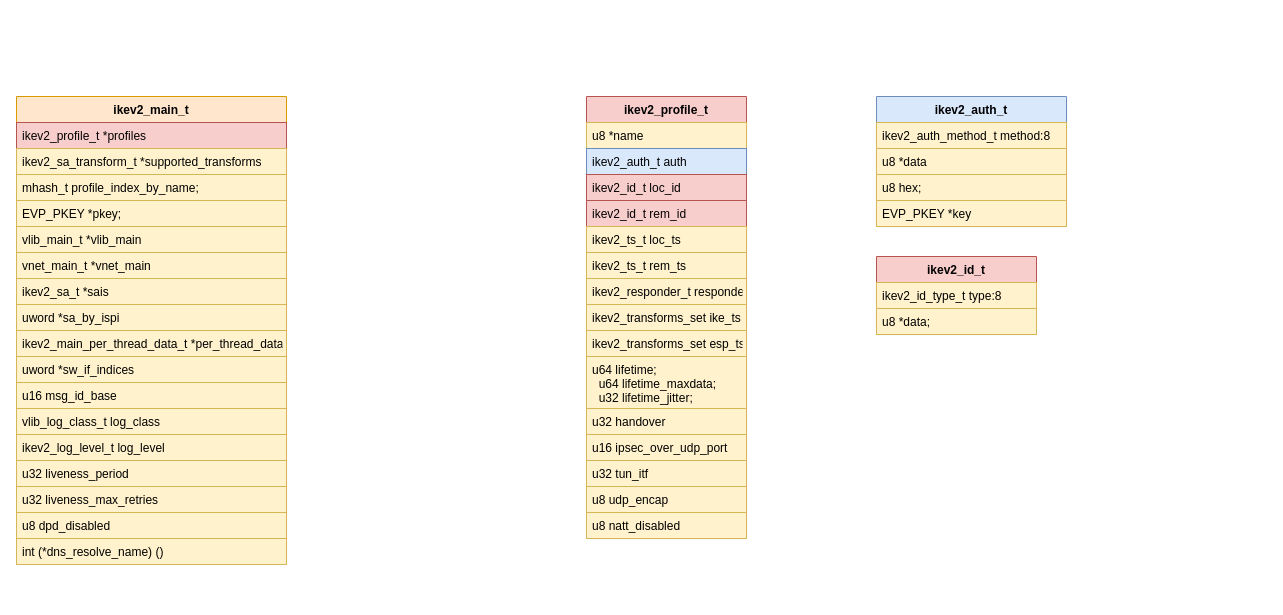
The draw.io diagram new_map/ipsec_ikev2.drawio in jin13417/dpdk-vpp-learning, before the edit. Source tidied: cells renumbered, new cells numbered last; positions are measured from the earlier drawing's top-left corner, leaving out a move shared by most shapes. Both pictures are drawn from the tidied source at 100%, with x=0, y=0 at pixel (16, 96).
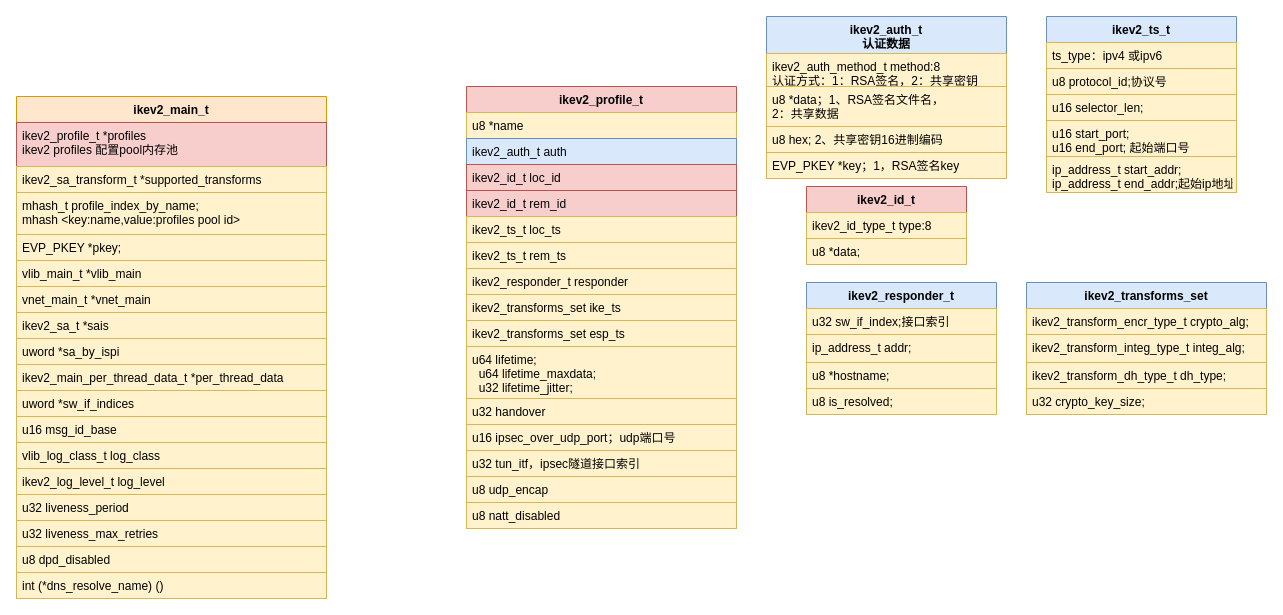
The same page after the edit.

Change to the diagram source:
```diff
@@
     <mxCell id="2" value="ikev2_main_t" style="swimlane;fontStyle=1;align=center;verticalAlign=top;horizontal=1;startSize=26;fillColor=#ffe6cc;strokeColor=#d79b00;" parent="1" vertex="1">
-      <mxGeometry width="270" height="468" as="geometry" />
+      <mxGeometry width="310" height="502" as="geometry" />
     </mxCell>
-    <mxCell id="3" value="ikev2_profile_t *profiles" style="text;strokeColor=#b85450;fillColor=#f8cecc;align=left;verticalAlign=top;spacingLeft=4;spacingRight=4;overflow=hidden;" parent="2" vertex="1">
-      <mxGeometry y="26" width="270" height="26" as="geometry" />
+    <mxCell id="3" value="ikev2_profile_t *profiles&#10;ikev2 profiles 配置pool内存池" style="text;strokeColor=#b85450;fillColor=#f8cecc;align=left;verticalAlign=top;spacingLeft=4;spacingRight=4;overflow=hidden;" parent="2" vertex="1">
+      <mxGeometry y="26" width="310" height="44" as="geometry" />
     </mxCell>
     <mxCell id="4" value="ikev2_sa_transform_t *supported_transforms" style="text;fillColor=#fff2cc;align=left;verticalAlign=top;spacingLeft=4;spacingRight=4;overflow=hidden;strokeColor=#d6b656;" parent="2" vertex="1">
-      <mxGeometry y="52" width="270" height="26" as="geometry" />
+      <mxGeometry y="70" width="310" height="26" as="geometry" />
     </mxCell>
-    <mxCell id="5" value="mhash_t profile_index_by_name;" style="text;fillColor=#fff2cc;align=left;verticalAlign=top;spacingLeft=4;spacingRight=4;overflow=hidden;strokeColor=#d6b656;" parent="2" vertex="1">
-      <mxGeometry y="78" width="270" height="26" as="geometry" />
+    <mxCell id="5" value="mhash_t profile_index_by_name;&#10;mhash &lt;key:name,value:profiles pool id&gt;" style="text;fillColor=#fff2cc;align=left;verticalAlign=top;spacingLeft=4;spacingRight=4;overflow=hidden;strokeColor=#d6b656;" parent="2" vertex="1">
+      <mxGeometry y="96" width="310" height="42" as="geometry" />
     </mxCell>
     <mxCell id="6" value="EVP_PKEY *pkey;" style="text;fillColor=#fff2cc;align=left;verticalAlign=top;spacingLeft=4;spacingRight=4;overflow=hidden;strokeColor=#d6b656;" parent="2" vertex="1">
-      <mxGeometry y="104" width="270" height="26" as="geometry" />
+      <mxGeometry y="138" width="310" height="26" as="geometry" />
     </mxCell>
     <mxCell id="7" value="vlib_main_t *vlib_main" style="text;fillColor=#fff2cc;align=left;verticalAlign=top;spacingLeft=4;spacingRight=4;overflow=hidden;strokeColor=#d6b656;" parent="2" vertex="1">
-      <mxGeometry y="130" width="270" height="26" as="geometry" />
+      <mxGeometry y="164" width="310" height="26" as="geometry" />
     </mxCell>
     <mxCell id="8" value="vnet_main_t *vnet_main" style="text;fillColor=#fff2cc;align=left;verticalAlign=top;spacingLeft=4;spacingRight=4;overflow=hidden;strokeColor=#d6b656;" parent="2" vertex="1">
-      <mxGeometry y="156" width="270" height="26" as="geometry" />
+      <mxGeometry y="190" width="310" height="26" as="geometry" />
     </mxCell>
     <mxCell id="9" value="ikev2_sa_t *sais" style="text;fillColor=#fff2cc;align=left;verticalAlign=top;spacingLeft=4;spacingRight=4;overflow=hidden;strokeColor=#d6b656;" parent="2" vertex="1">
-      <mxGeometry y="182" width="270" height="26" as="geometry" />
+      <mxGeometry y="216" width="310" height="26" as="geometry" />
     </mxCell>
     <mxCell id="10" value="uword *sa_by_ispi" style="text;fillColor=#fff2cc;align=left;verticalAlign=top;spacingLeft=4;spacingRight=4;overflow=hidden;strokeColor=#d6b656;" parent="2" vertex="1">
-      <mxGeometry y="208" width="270" height="26" as="geometry" />
+      <mxGeometry y="242" width="310" height="26" as="geometry" />
     </mxCell>
     <mxCell id="11" value="ikev2_main_per_thread_data_t *per_thread_data" style="text;fillColor=#fff2cc;align=left;verticalAlign=top;spacingLeft=4;spacingRight=4;overflow=hidden;strokeColor=#d6b656;" parent="2" vertex="1">
-      <mxGeometry y="234" width="270" height="26" as="geometry" />
+      <mxGeometry y="268" width="310" height="26" as="geometry" />
     </mxCell>
     <mxCell id="12" value="uword *sw_if_indices" style="text;fillColor=#fff2cc;align=left;verticalAlign=top;spacingLeft=4;spacingRight=4;overflow=hidden;strokeColor=#d6b656;" parent="2" vertex="1">
-      <mxGeometry y="260" width="270" height="26" as="geometry" />
+      <mxGeometry y="294" width="310" height="26" as="geometry" />
     </mxCell>
     <mxCell id="13" value="u16 msg_id_base" style="text;fillColor=#fff2cc;align=left;verticalAlign=top;spacingLeft=4;spacingRight=4;overflow=hidden;strokeColor=#d6b656;" parent="2" vertex="1">
-      <mxGeometry y="286" width="270" height="26" as="geometry" />
+      <mxGeometry y="320" width="310" height="26" as="geometry" />
     </mxCell>
     <mxCell id="14" value="vlib_log_class_t log_class" style="text;fillColor=#fff2cc;align=left;verticalAlign=top;spacingLeft=4;spacingRight=4;overflow=hidden;strokeColor=#d6b656;" parent="2" vertex="1">
-      <mxGeometry y="312" width="270" height="26" as="geometry" />
+      <mxGeometry y="346" width="310" height="26" as="geometry" />
     </mxCell>
     <mxCell id="15" value="ikev2_log_level_t log_level" style="text;fillColor=#fff2cc;align=left;verticalAlign=top;spacingLeft=4;spacingRight=4;overflow=hidden;strokeColor=#d6b656;" parent="2" vertex="1">
-      <mxGeometry y="338" width="270" height="26" as="geometry" />
+      <mxGeometry y="372" width="310" height="26" as="geometry" />
     </mxCell>
     <mxCell id="16" value="u32 liveness_period" style="text;fillColor=#fff2cc;align=left;verticalAlign=top;spacingLeft=4;spacingRight=4;overflow=hidden;strokeColor=#d6b656;" parent="2" vertex="1">
-      <mxGeometry y="364" width="270" height="26" as="geometry" />
+      <mxGeometry y="398" width="310" height="26" as="geometry" />
     </mxCell>
     <mxCell id="17" value="u32 liveness_max_retries" style="text;fillColor=#fff2cc;align=left;verticalAlign=top;spacingLeft=4;spacingRight=4;overflow=hidden;strokeColor=#d6b656;" parent="2" vertex="1">
-      <mxGeometry y="390" width="270" height="26" as="geometry" />
+      <mxGeometry y="424" width="310" height="26" as="geometry" />
     </mxCell>
     <mxCell id="18" value="u8 dpd_disabled" style="text;fillColor=#fff2cc;align=left;verticalAlign=top;spacingLeft=4;spacingRight=4;overflow=hidden;strokeColor=#d6b656;" parent="2" vertex="1">
-      <mxGeometry y="416" width="270" height="26" as="geometry" />
+      <mxGeometry y="450" width="310" height="26" as="geometry" />
     </mxCell>
     <mxCell id="19" value="int (*dns_resolve_name) ()" style="text;fillColor=#fff2cc;align=left;verticalAlign=top;spacingLeft=4;spacingRight=4;overflow=hidden;strokeColor=#d6b656;" parent="2" vertex="1">
-      <mxGeometry y="442" width="270" height="26" as="geometry" />
+      <mxGeometry y="476" width="310" height="26" as="geometry" />
     </mxCell>
     <mxCell id="20" value="ikev2_profile_t" style="swimlane;fontStyle=1;align=center;verticalAlign=top;horizontal=1;startSize=26;strokeColor=#b85450;fillColor=#f8cecc;" parent="1" vertex="1">
-      <mxGeometry x="570" width="160" height="442" as="geometry" />
+      <mxGeometry x="450" y="-10" width="270" height="442" as="geometry" />
     </mxCell>
     <mxCell id="21" value="u8 *name" style="text;strokeColor=#d6b656;fillColor=#fff2cc;align=left;verticalAlign=top;spacingLeft=4;spacingRight=4;overflow=hidden;" parent="20" vertex="1">
-      <mxGeometry y="26" width="160" height="26" as="geometry" />
+      <mxGeometry y="26" width="270" height="26" as="geometry" />
     </mxCell>
     <mxCell id="22" value="ikev2_auth_t auth" style="text;fillColor=#dae8fc;align=left;verticalAlign=top;spacingLeft=4;spacingRight=4;overflow=hidden;strokeColor=#6c8ebf;" parent="20" vertex="1">
-      <mxGeometry y="52" width="160" height="26" as="geometry" />
+      <mxGeometry y="52" width="270" height="26" as="geometry" />
     </mxCell>
     <mxCell id="23" value="ikev2_id_t loc_id" style="text;fillColor=#f8cecc;align=left;verticalAlign=top;spacingLeft=4;spacingRight=4;overflow=hidden;strokeColor=#b85450;" parent="20" vertex="1">
-      <mxGeometry y="78" width="160" height="26" as="geometry" />
+      <mxGeometry y="78" width="270" height="26" as="geometry" />
     </mxCell>
     <mxCell id="24" value="ikev2_id_t rem_id" style="text;fillColor=#f8cecc;align=left;verticalAlign=top;spacingLeft=4;spacingRight=4;overflow=hidden;strokeColor=#b85450;" parent="20" vertex="1">
-      <mxGeometry y="104" width="160" height="26" as="geometry" />
+      <mxGeometry y="104" width="270" height="26" as="geometry" />
     </mxCell>
     <mxCell id="25" value="ikev2_ts_t loc_ts" style="text;fillColor=#fff2cc;align=left;verticalAlign=top;spacingLeft=4;spacingRight=4;overflow=hidden;strokeColor=#d6b656;" parent="20" vertex="1">
-      <mxGeometry y="130" width="160" height="26" as="geometry" />
+      <mxGeometry y="130" width="270" height="26" as="geometry" />
     </mxCell>
     <mxCell id="26" value="ikev2_ts_t rem_ts" style="text;fillColor=#fff2cc;align=left;verticalAlign=top;spacingLeft=4;spacingRight=4;overflow=hidden;strokeColor=#d6b656;" parent="20" vertex="1">
-      <mxGeometry y="156" width="160" height="26" as="geometry" />
+      <mxGeometry y="156" width="270" height="26" as="geometry" />
     </mxCell>
     <mxCell id="27" value="ikev2_responder_t responder" style="text;fillColor=#fff2cc;align=left;verticalAlign=top;spacingLeft=4;spacingRight=4;overflow=hidden;strokeColor=#d6b656;" parent="20" vertex="1">
-      <mxGeometry y="182" width="160" height="26" as="geometry" />
+      <mxGeometry y="182" width="270" height="26" as="geometry" />
     </mxCell>
     <mxCell id="28" value="ikev2_transforms_set ike_ts" style="text;fillColor=#fff2cc;align=left;verticalAlign=top;spacingLeft=4;spacingRight=4;overflow=hidden;strokeColor=#d6b656;" parent="20" vertex="1">
-      <mxGeometry y="208" width="160" height="26" as="geometry" />
+      <mxGeometry y="208" width="270" height="26" as="geometry" />
     </mxCell>
     <mxCell id="29" value="ikev2_transforms_set esp_ts" style="text;fillColor=#fff2cc;align=left;verticalAlign=top;spacingLeft=4;spacingRight=4;overflow=hidden;strokeColor=#d6b656;" parent="20" vertex="1">
-      <mxGeometry y="234" width="160" height="26" as="geometry" />
+      <mxGeometry y="234" width="270" height="26" as="geometry" />
     </mxCell>
     <mxCell id="30" value="u64 lifetime;&#10;  u64 lifetime_maxdata;&#10;  u32 lifetime_jitter;" style="text;fillColor=#fff2cc;align=left;verticalAlign=top;spacingLeft=4;spacingRight=4;overflow=hidden;strokeColor=#d6b656;" parent="20" vertex="1">
-      <mxGeometry y="260" width="160" height="52" as="geometry" />
+      <mxGeometry y="260" width="270" height="52" as="geometry" />
     </mxCell>
     <mxCell id="31" value="u32 handover" style="text;fillColor=#fff2cc;align=left;verticalAlign=top;spacingLeft=4;spacingRight=4;overflow=hidden;strokeColor=#d6b656;" parent="20" vertex="1">
-      <mxGeometry y="312" width="160" height="26" as="geometry" />
+      <mxGeometry y="312" width="270" height="26" as="geometry" />
     </mxCell>
-    <mxCell id="32" value="u16 ipsec_over_udp_port" style="text;fillColor=#fff2cc;align=left;verticalAlign=top;spacingLeft=4;spacingRight=4;overflow=hidden;strokeColor=#d6b656;" parent="20" vertex="1">
-      <mxGeometry y="338" width="160" height="26" as="geometry" />
+    <mxCell id="32" value="u16 ipsec_over_udp_port；udp端口号" style="text;fillColor=#fff2cc;align=left;verticalAlign=top;spacingLeft=4;spacingRight=4;overflow=hidden;strokeColor=#d6b656;" parent="20" vertex="1">
+      <mxGeometry y="338" width="270" height="26" as="geometry" />
     </mxCell>
-    <mxCell id="33" value="u32 tun_itf" style="text;fillColor=#fff2cc;align=left;verticalAlign=top;spacingLeft=4;spacingRight=4;overflow=hidden;strokeColor=#d6b656;" parent="20" vertex="1">
-      <mxGeometry y="364" width="160" height="26" as="geometry" />
+    <mxCell id="33" value="u32 tun_itf，ipsec隧道接口索引" style="text;fillColor=#fff2cc;align=left;verticalAlign=top;spacingLeft=4;spacingRight=4;overflow=hidden;strokeColor=#d6b656;" parent="20" vertex="1">
+      <mxGeometry y="364" width="270" height="26" as="geometry" />
     </mxCell>
     <mxCell id="34" value="u8 udp_encap" style="text;fillColor=#fff2cc;align=left;verticalAlign=top;spacingLeft=4;spacingRight=4;overflow=hidden;strokeColor=#d6b656;" parent="20" vertex="1">
-      <mxGeometry y="390" width="160" height="26" as="geometry" />
+      <mxGeometry y="390" width="270" height="26" as="geometry" />
     </mxCell>
     <mxCell id="35" value="u8 natt_disabled" style="text;fillColor=#fff2cc;align=left;verticalAlign=top;spacingLeft=4;spacingRight=4;overflow=hidden;strokeColor=#d6b656;" parent="20" vertex="1">
-      <mxGeometry y="416" width="160" height="26" as="geometry" />
+      <mxGeometry y="416" width="270" height="26" as="geometry" />
     </mxCell>
-    <mxCell id="36" value="ikev2_auth_t" style="swimlane;fontStyle=1;align=center;verticalAlign=top;horizontal=1;startSize=26;strokeColor=#6c8ebf;fillColor=#dae8fc;" parent="1" vertex="1">
-      <mxGeometry x="860" width="190" height="130" as="geometry" />
+    <mxCell id="36" value="ikev2_auth_t&#10;认证数据" style="swimlane;fontStyle=1;align=center;verticalAlign=top;horizontal=1;startSize=37;strokeColor=#6c8ebf;fillColor=#dae8fc;" parent="1" vertex="1">
+      <mxGeometry x="750" y="-80" width="240" height="162" as="geometry" />
     </mxCell>
-    <mxCell id="37" value="ikev2_auth_method_t method:8" style="text;strokeColor=#d6b656;fillColor=#fff2cc;align=left;verticalAlign=top;spacingLeft=4;spacingRight=4;overflow=hidden;" parent="36" vertex="1">
-      <mxGeometry y="26" width="190" height="26" as="geometry" />
+    <mxCell id="37" value="ikev2_auth_method_t method:8&#10;认证方式：1：RSA签名，2：共享密钥" style="text;strokeColor=#d6b656;fillColor=#fff2cc;align=left;verticalAlign=top;spacingLeft=4;spacingRight=4;overflow=hidden;" parent="36" vertex="1">
+      <mxGeometry y="37" width="240" height="33" as="geometry" />
     </mxCell>
-    <mxCell id="38" value="u8 *data" style="text;fillColor=#fff2cc;align=left;verticalAlign=top;spacingLeft=4;spacingRight=4;overflow=hidden;strokeColor=#d6b656;" parent="36" vertex="1">
-      <mxGeometry y="52" width="190" height="26" as="geometry" />
+    <mxCell id="38" value="u8 *data；1、RSA签名文件名，&#10;2：共享数据" style="text;fillColor=#fff2cc;align=left;verticalAlign=top;spacingLeft=4;spacingRight=4;overflow=hidden;strokeColor=#d6b656;" parent="36" vertex="1">
+      <mxGeometry y="70" width="240" height="40" as="geometry" />
     </mxCell>
-    <mxCell id="39" value="u8 hex;" style="text;strokeColor=#d6b656;fillColor=#fff2cc;align=left;verticalAlign=top;spacingLeft=4;spacingRight=4;overflow=hidden;" parent="36" vertex="1">
-      <mxGeometry y="78" width="190" height="26" as="geometry" />
+    <mxCell id="39" value="u8 hex; 2、共享密钥16进制编码" style="text;strokeColor=#d6b656;fillColor=#fff2cc;align=left;verticalAlign=top;spacingLeft=4;spacingRight=4;overflow=hidden;" parent="36" vertex="1">
+      <mxGeometry y="110" width="240" height="26" as="geometry" />
     </mxCell>
-    <mxCell id="40" value="EVP_PKEY *key" style="text;strokeColor=#d6b656;fillColor=#fff2cc;align=left;verticalAlign=top;spacingLeft=4;spacingRight=4;overflow=hidden;" parent="36" vertex="1">
-      <mxGeometry y="104" width="190" height="26" as="geometry" />
+    <mxCell id="40" value="EVP_PKEY *key；1，RSA签名key" style="text;strokeColor=#d6b656;fillColor=#fff2cc;align=left;verticalAlign=top;spacingLeft=4;spacingRight=4;overflow=hidden;" parent="36" vertex="1">
+      <mxGeometry y="136" width="240" height="26" as="geometry" />
     </mxCell>
     <mxCell id="41" value="ikev2_id_t" style="swimlane;fontStyle=1;align=center;verticalAlign=top;horizontal=1;startSize=26;strokeColor=#b85450;fillColor=#f8cecc;" parent="1" vertex="1">
-      <mxGeometry x="860" y="160" width="160" height="78" as="geometry" />
+      <mxGeometry x="790" y="90" width="160" height="78" as="geometry" />
     </mxCell>
@@
+    <mxCell id="44" value="ikev2_ts_t" style="swimlane;fontStyle=1;align=center;verticalAlign=top;horizontal=1;startSize=26;strokeColor=#6c8ebf;fillColor=#dae8fc;" parent="1" vertex="1">
+      <mxGeometry x="1030" y="-80" width="190" height="176" as="geometry" />
+    </mxCell>
+    <mxCell id="45" value="ts_type：ipv4 或ipv6" style="text;strokeColor=#d6b656;fillColor=#fff2cc;align=left;verticalAlign=top;spacingLeft=4;spacingRight=4;overflow=hidden;" parent="44" vertex="1">
+      <mxGeometry y="26" width="190" height="26" as="geometry" />
+    </mxCell>
+    <mxCell id="46" value="u8 protocol_id;协议号" style="text;fillColor=#fff2cc;align=left;verticalAlign=top;spacingLeft=4;spacingRight=4;overflow=hidden;strokeColor=#d6b656;" parent="44" vertex="1">
+      <mxGeometry y="52" width="190" height="26" as="geometry" />
+    </mxCell>
+    <mxCell id="47" value="u16 selector_len;" style="text;strokeColor=#d6b656;fillColor=#fff2cc;align=left;verticalAlign=top;spacingLeft=4;spacingRight=4;overflow=hidden;" parent="44" vertex="1">
+      <mxGeometry y="78" width="190" height="26" as="geometry" />
+    </mxCell>
+    <mxCell id="48" value="u16 start_port;&#10;u16 end_port; 起始端口号" style="text;strokeColor=#d6b656;fillColor=#fff2cc;align=left;verticalAlign=top;spacingLeft=4;spacingRight=4;overflow=hidden;" parent="44" vertex="1">
+      <mxGeometry y="104" width="190" height="36" as="geometry" />
+    </mxCell>
+    <mxCell id="49" value="ip_address_t start_addr;&#10;ip_address_t end_addr;起始ip地址" style="text;strokeColor=#d6b656;fillColor=#fff2cc;align=left;verticalAlign=top;spacingLeft=4;spacingRight=4;overflow=hidden;" parent="44" vertex="1">
+      <mxGeometry y="140" width="190" height="36" as="geometry" />
+    </mxCell>
+    <mxCell id="50" value="ikev2_responder_t" style="swimlane;fontStyle=1;align=center;verticalAlign=top;horizontal=1;startSize=26;strokeColor=#6c8ebf;fillColor=#dae8fc;" parent="1" vertex="1">
+      <mxGeometry x="790" y="186" width="190" height="132" as="geometry" />
+    </mxCell>
+    <mxCell id="51" value="u32 sw_if_index;接口索引" style="text;strokeColor=#d6b656;fillColor=#fff2cc;align=left;verticalAlign=top;spacingLeft=4;spacingRight=4;overflow=hidden;" parent="50" vertex="1">
+      <mxGeometry y="26" width="190" height="26" as="geometry" />
+    </mxCell>
+    <mxCell id="52" value="ip_address_t addr;" style="text;fillColor=#fff2cc;align=left;verticalAlign=top;spacingLeft=4;spacingRight=4;overflow=hidden;strokeColor=#d6b656;" parent="50" vertex="1">
+      <mxGeometry y="52" width="190" height="28" as="geometry" />
+    </mxCell>
+    <mxCell id="53" value="u8 *hostname;" style="text;strokeColor=#d6b656;fillColor=#fff2cc;align=left;verticalAlign=top;spacingLeft=4;spacingRight=4;overflow=hidden;" parent="50" vertex="1">
+      <mxGeometry y="80" width="190" height="26" as="geometry" />
+    </mxCell>
+    <mxCell id="54" value="u8 is_resolved;" style="text;strokeColor=#d6b656;fillColor=#fff2cc;align=left;verticalAlign=top;spacingLeft=4;spacingRight=4;overflow=hidden;" parent="50" vertex="1">
+      <mxGeometry y="106" width="190" height="26" as="geometry" />
+    </mxCell>
+    <mxCell id="55" value="ikev2_transforms_set" style="swimlane;fontStyle=1;align=center;verticalAlign=top;horizontal=1;startSize=26;strokeColor=#6c8ebf;fillColor=#dae8fc;" parent="1" vertex="1">
+      <mxGeometry x="1010" y="186" width="240" height="132" as="geometry" />
+    </mxCell>
+    <mxCell id="56" value="ikev2_transform_encr_type_t crypto_alg;" style="text;strokeColor=#d6b656;fillColor=#fff2cc;align=left;verticalAlign=top;spacingLeft=4;spacingRight=4;overflow=hidden;" parent="55" vertex="1">
+      <mxGeometry y="26" width="240" height="26" as="geometry" />
+    </mxCell>
+    <mxCell id="57" value="ikev2_transform_integ_type_t integ_alg;" style="text;fillColor=#fff2cc;align=left;verticalAlign=top;spacingLeft=4;spacingRight=4;overflow=hidden;strokeColor=#d6b656;" parent="55" vertex="1">
+      <mxGeometry y="52" width="240" height="28" as="geometry" />
+    </mxCell>
+    <mxCell id="58" value="ikev2_transform_dh_type_t dh_type;" style="text;strokeColor=#d6b656;fillColor=#fff2cc;align=left;verticalAlign=top;spacingLeft=4;spacingRight=4;overflow=hidden;" parent="55" vertex="1">
+      <mxGeometry y="80" width="240" height="26" as="geometry" />
+    </mxCell>
+    <mxCell id="59" value="u32 crypto_key_size;" style="text;strokeColor=#d6b656;fillColor=#fff2cc;align=left;verticalAlign=top;spacingLeft=4;spacingRight=4;overflow=hidden;" parent="55" vertex="1">
+      <mxGeometry y="106" width="240" height="26" as="geometry" />
+    </mxCell>
```
